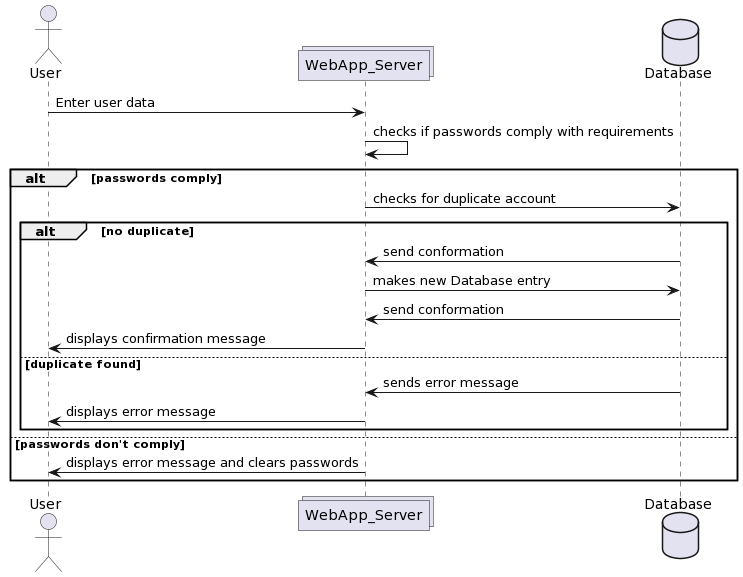
dhbw-ka-tinf22b5-dinder/Dinder-SRS keeps this PlantUML diagram as Diagramme/Sequenzdiagramme/registrationPage.png. Above is the earlier version.
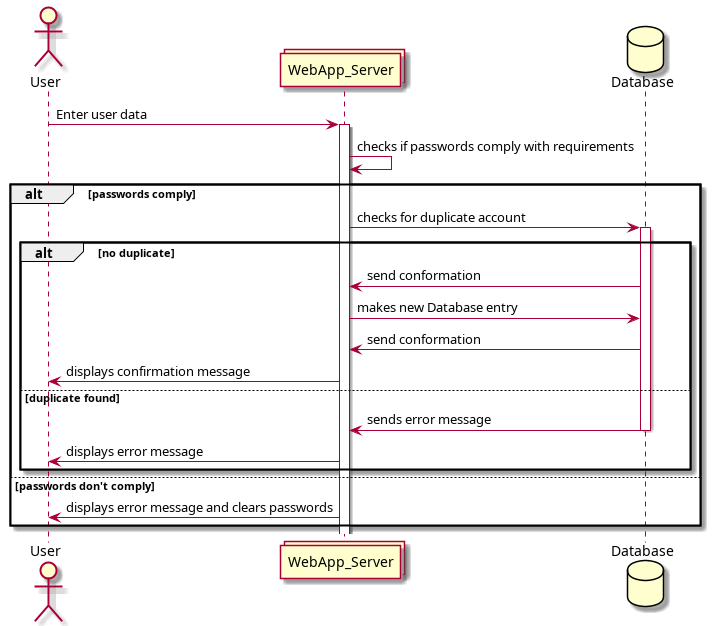
The same diagram one commit later.

Change to the diagram source:
```diff
@@ -4,9 +4,12 @@
 database Database
 
 User -> WebApp_Server : Enter user data
+activate WebApp_Server
 WebApp_Server -> WebApp_Server : checks if passwords comply with requirements
+
 alt passwords comply
   WebApp_Server -> Database : checks for duplicate account
+  activate Database
   alt no duplicate
     Database -> WebApp_Server : send conformation
     WebApp_Server -> Database : makes new Database entry
@@ -14,6 +17,7 @@
     WebApp_Server -> User: displays confirmation message
   else duplicate found
     Database -> WebApp_Server : sends error message
+    deactivate Database
     WebApp_Server -> User : displays error message
   end
 else passwords don't comply
```
